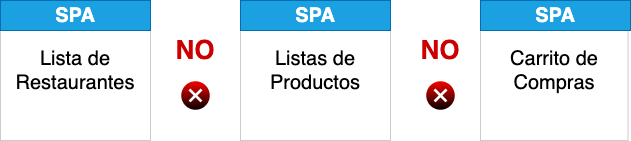
corteshvictor/microfrontend keeps this draw.io diagram as img/img_2.png. Above is the earlier version. Source tidied: cells renumbered, new cells last; positions are measured from the earlier drawing's top-left corner, leaving out a move shared by most shapes.
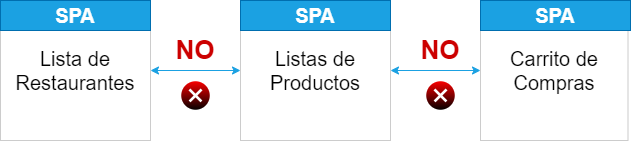
After the change.

What changed in the source:
```diff
@@ -11,10 +11,10 @@
     <mxCell id="4" value="Carrito de Compras" style="rounded=0;whiteSpace=wrap;html=1;strokeColor=#CCCCCC;fillColor=#FFFFFF;fontStyle=0;fontSize=20;fontColor=#000000;" parent="1" vertex="1">
       <mxGeometry x="480" width="147.5" height="140" as="geometry" />
     </mxCell>
-    <mxCell id="5" style="endArrow=classic;startArrow=classic;html=1;fontSize=20;fontColor=#000000;entryX=0;entryY=0.5;entryDx=0;entryDy=0;exitX=1;exitY=0.5;exitDx=0;exitDy=0;strokeColor=#FFFFFF;" parent="1" edge="1" source="2" target="3">
+    <mxCell id="5" style="endArrow=classic;startArrow=classic;html=1;fontSize=20;fontColor=#000000;entryX=0;entryY=0.5;entryDx=0;entryDy=0;exitX=1;exitY=0.5;exitDx=0;exitDy=0;strokeColor=#1BA1E2;" parent="1" edge="1" source="2" target="3">
       <mxGeometry relative="1" as="geometry" />
     </mxCell>
-    <mxCell id="6" style="endArrow=classic;startArrow=classic;html=1;fontSize=20;fontColor=#000000;entryX=0;entryY=0.5;entryDx=0;entryDy=0;exitX=1;exitY=0.5;exitDx=0;exitDy=0;strokeColor=#FFFFFF;" parent="1" edge="1" source="3" target="4">
+    <mxCell id="6" style="endArrow=classic;startArrow=classic;html=1;fontSize=20;fontColor=#000000;entryX=0;entryY=0.5;entryDx=0;entryDy=0;exitX=1;exitY=0.5;exitDx=0;exitDy=0;strokeColor=#1BA1E2;" parent="1" edge="1" source="3" target="4">
       <mxGeometry relative="1" as="geometry" />
     </mxCell>
     <mxCell id="7" value="NO" style="text;html=1;strokeColor=none;fillColor=none;align=center;verticalAlign=middle;whiteSpace=wrap;rounded=0;fontSize=26;fontColor=#CC0000;fontStyle=1;" parent="1" vertex="1">
```
